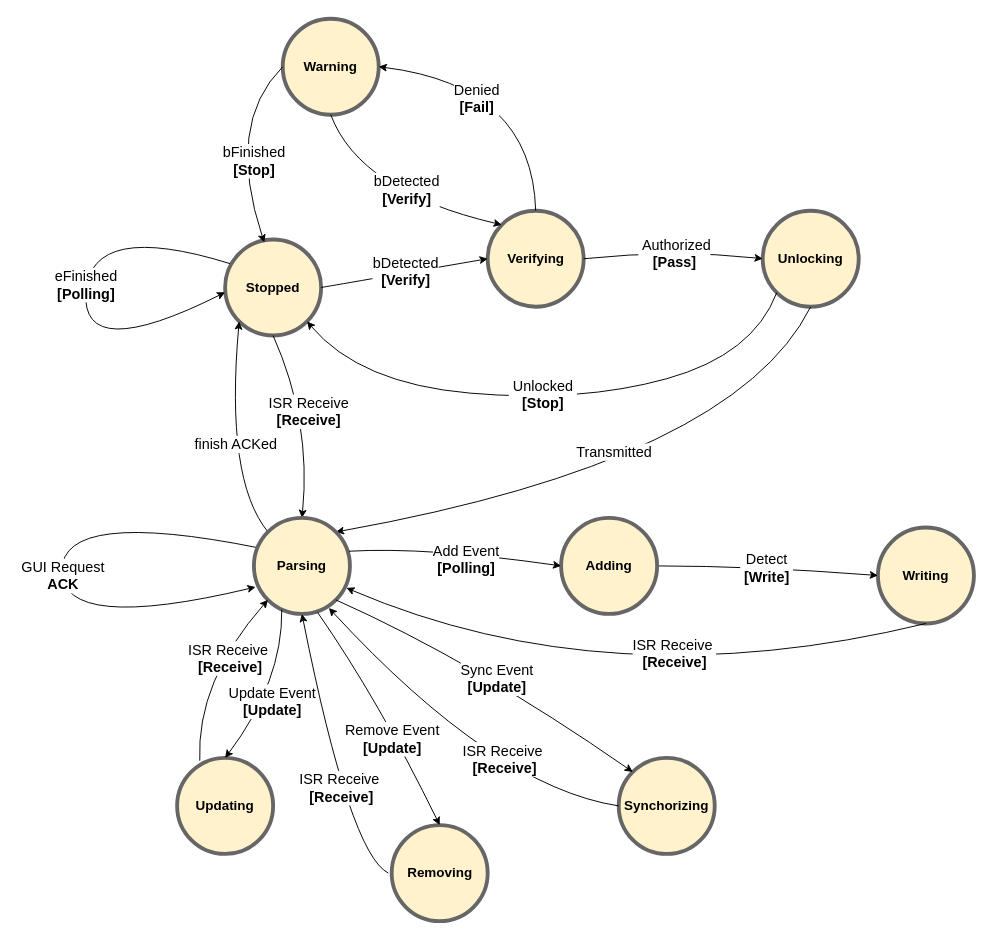
trieu1162000/AESD keeps this draw.io diagram as Docs/entire FSM.drawio. Above is the earlier version. Source tidied: cells renumbered, new cells numbered last; positions are measured from the earlier drawing's top-left corner, leaving out a move shared by most shapes. Both pictures are drawn from the tidied source at 96%, with x=0, y=0 at pixel (61, 18).
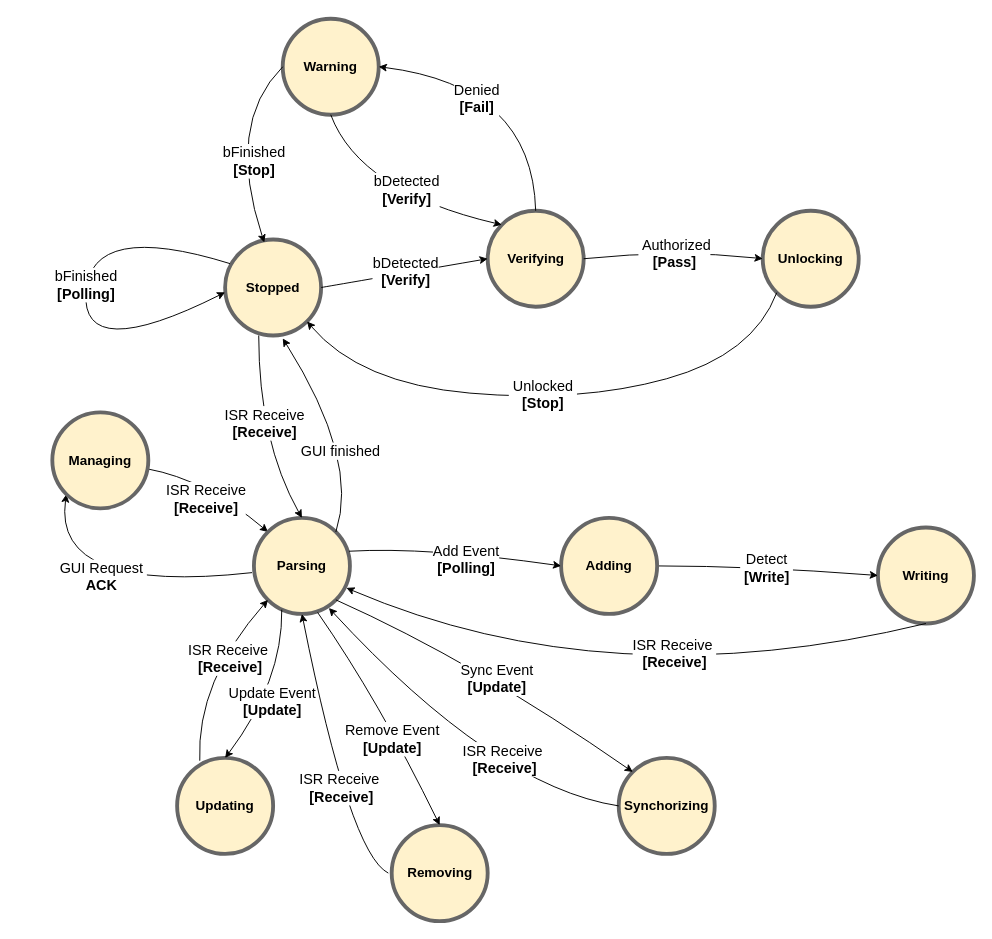
Above is the later version.

Unchanged cells that the change refers to:
```xml
<mxCell id="3" value="&lt;font style=&quot;font-size: 14px;&quot;&gt;&lt;b&gt;Unlocking&lt;/b&gt;&lt;/font&gt;" style="ellipse;whiteSpace=wrap;html=1;strokeWidth=4;fillColor=#fff2cc;strokeColor=#666666;" parent="1" vertex="1">
  <mxGeometry x="730" y="200" width="100" height="100" as="geometry" />
</mxCell>
<mxCell id="5" value="&lt;font style=&quot;font-size: 14px;&quot;&gt;&lt;b&gt;Stopped&lt;/b&gt;&lt;/font&gt;" style="ellipse;whiteSpace=wrap;html=1;strokeWidth=4;fillColor=#fff2cc;strokeColor=#666666;" parent="1" vertex="1">
  <mxGeometry x="170" y="230" width="100" height="100" as="geometry" />
</mxCell>
<mxCell id="29" style="curved=1;endArrow=classic;html=1;rounded=0;exitX=0.051;exitY=0.251;exitDx=0;exitDy=0;entryX=0;entryY=1;entryDx=0;entryDy=0;exitPerimeter=0;" parent="1" edge="1" source="5">
  <mxGeometry relative="1" as="geometry">
    <mxPoint x="170" y="285" as="targetPoint" />
    <Array as="points">
      <mxPoint x="30" y="210" />
      <mxPoint x="20" y="360" />
    </Array>
  </mxGeometry>
</mxCell>
<mxCell id="33" value="&lt;span style=&quot;font-size: 14px;&quot;&gt;&lt;b&gt;Parsing&lt;/b&gt;&lt;/span&gt;" style="ellipse;whiteSpace=wrap;html=1;strokeWidth=4;fillColor=#fff2cc;strokeColor=#666666;" parent="1" vertex="1">
  <mxGeometry x="200" y="520" width="100" height="100" as="geometry" />
</mxCell>
```

The edit, as a diff of the source:
```diff
@@
-    <mxCell id="16" style="curved=1;endArrow=classic;html=1;rounded=0;exitX=0.5;exitY=1;exitDx=0;exitDy=0;entryX=1;entryY=0;entryDx=0;entryDy=0;" parent="1" edge="1" source="3" target="33">
-      <mxGeometry relative="1" as="geometry">
-        <Array as="points">
-          <mxPoint x="700" y="460" />
-        </Array>
-      </mxGeometry>
-    </mxCell>
-    <mxCell id="17" value="&lt;font style=&quot;font-size: 15px;&quot;&gt;Transmitted&lt;br&gt;&lt;/font&gt;" style="edgeLabel;html=1;align=center;verticalAlign=middle;" parent="16" vertex="1">
-      <mxGeometry x="0.05" y="5" relative="1" as="geometry">
-        <mxPoint x="8" y="-39" as="offset" />
-      </mxGeometry>
-    </mxCell>
@@
-    <mxCell id="20" style="curved=1;endArrow=classic;html=1;rounded=0;entryX=0;entryY=1;entryDx=0;entryDy=0;exitX=0;exitY=0;exitDx=0;exitDy=0;" parent="1" edge="1" source="33" target="5">
-      <mxGeometry relative="1" as="geometry">
-        <Array as="points">
-          <mxPoint x="170" y="480" />
-        </Array>
-      </mxGeometry>
-    </mxCell>
-    <mxCell id="21" value="&lt;font style=&quot;font-size: 15px;&quot;&gt;finish ACKed&lt;br&gt;&lt;/font&gt;" style="edgeLabel;html=1;align=center;verticalAlign=middle;" parent="20" vertex="1">
-      <mxGeometry x="0.05" y="5" relative="1" as="geometry">
-        <mxPoint x="11" y="16" as="offset" />
-      </mxGeometry>
-    </mxCell>
@@
-    <mxCell id="27" style="curved=1;endArrow=classic;html=1;rounded=0;entryX=0.5;entryY=0;entryDx=0;entryDy=0;exitX=0.5;exitY=1;exitDx=0;exitDy=0;" parent="1" edge="1" source="5" target="33">
+    <mxCell id="27" style="curved=1;endArrow=classic;html=1;rounded=0;entryX=0;entryY=0;entryDx=0;entryDy=0;" parent="1" edge="1" source="52" target="33">
       <mxGeometry relative="1" as="geometry">
         <Array as="points">
-          <mxPoint x="260" y="420" />
+          <mxPoint x="150" y="480" />
         </Array>
       </mxGeometry>
     </mxCell>
     <mxCell id="28" value="&lt;font style=&quot;font-size: 15px;&quot;&gt;&lt;span style=&quot;border-color: var(--border-color);&quot;&gt;ISR Receive&lt;br&gt;&lt;/span&gt;&lt;b style=&quot;border-color: var(--border-color);&quot;&gt;[Receive]&lt;/b&gt;&lt;br&gt;&lt;/font&gt;" style="edgeLabel;html=1;align=center;verticalAlign=middle;" parent="27" vertex="1">
       <mxGeometry x="0.05" y="5" relative="1" as="geometry">
-        <mxPoint x="-8" y="-17" as="offset" />
+        <mxPoint x="-15" y="14" as="offset" />
       </mxGeometry>
     </mxCell>
@@
-    <mxCell id="30" value="&lt;font style=&quot;font-size: 15px;&quot;&gt;eFinished&lt;br&gt;&lt;b style=&quot;border-color: var(--border-color);&quot;&gt;[Polling]&lt;/b&gt;&lt;br&gt;&lt;/font&gt;" style="edgeLabel;html=1;align=center;verticalAlign=middle;" parent="29" vertex="1">
+    <mxCell id="30" value="&lt;font style=&quot;font-size: 15px;&quot;&gt;bFinished&lt;br&gt;&lt;b style=&quot;border-color: var(--border-color);&quot;&gt;[Polling]&lt;/b&gt;&lt;br&gt;&lt;/font&gt;" style="edgeLabel;html=1;align=center;verticalAlign=middle;" parent="29" vertex="1">
       <mxGeometry x="0.05" y="5" relative="1" as="geometry">
         <mxPoint x="-4" y="-29" as="offset" />
       </mxGeometry>
     </mxCell>
-    <mxCell id="31" style="curved=1;endArrow=classic;html=1;rounded=0;exitX=0.045;exitY=0.311;exitDx=0;exitDy=0;entryX=0.017;entryY=0.72;entryDx=0;entryDy=0;entryPerimeter=0;exitPerimeter=0;" parent="1" edge="1" source="33" target="33">
+    <mxCell id="31" style="curved=1;endArrow=classic;html=1;rounded=0;exitX=-0.02;exitY=0.57;exitDx=0;exitDy=0;entryX=0;entryY=1;entryDx=0;entryDy=0;exitPerimeter=0;" parent="1" edge="1" source="33" target="52">
       <mxGeometry relative="1" as="geometry">
         <Array as="points">
-          <mxPoint y="510" />
-          <mxPoint y="640" />
+          <mxPoint x="-10" y="600" />
         </Array>
       </mxGeometry>
     </mxCell>
     <mxCell id="32" value="&lt;font style=&quot;font-size: 15px;&quot;&gt;&amp;nbsp;GUI Request&amp;nbsp;&lt;br&gt;&lt;b&gt;&amp;nbsp;ACK&amp;nbsp;&lt;/b&gt;&lt;br&gt;&lt;/font&gt;" style="edgeLabel;html=1;align=center;verticalAlign=middle;" parent="31" vertex="1">
       <mxGeometry x="0.05" y="5" relative="1" as="geometry">
-        <mxPoint x="-5" y="-9" as="offset" />
+        <mxPoint x="6" y="-20" as="offset" />
       </mxGeometry>
     </mxCell>
@@
+    <mxCell id="52" value="&lt;span style=&quot;font-size: 14px;&quot;&gt;&lt;b&gt;Managing&lt;/b&gt;&lt;/span&gt;" style="ellipse;whiteSpace=wrap;html=1;strokeWidth=4;fillColor=#fff2cc;strokeColor=#666666;" parent="1" vertex="1">
+      <mxGeometry x="-10" y="410" width="100" height="100" as="geometry" />
+    </mxCell>
+    <mxCell id="20" style="curved=1;endArrow=classic;html=1;rounded=0;exitX=1;exitY=0;exitDx=0;exitDy=0;entryX=0.6;entryY=1.03;entryDx=0;entryDy=0;entryPerimeter=0;" parent="1" edge="1" source="33" target="5">
+      <mxGeometry relative="1" as="geometry">
+        <Array as="points">
+          <mxPoint x="310" y="460" />
+        </Array>
+      </mxGeometry>
+    </mxCell>
+    <mxCell id="53" value="&lt;font style=&quot;font-size: 15px;&quot;&gt;GUI finished&lt;br&gt;&lt;/font&gt;" style="edgeLabel;html=1;align=center;verticalAlign=middle;" parent="20" vertex="1">
+      <mxGeometry x="0.05" y="5" relative="1" as="geometry">
+        <mxPoint x="6" y="22" as="offset" />
+      </mxGeometry>
+    </mxCell>
+    <mxCell id="54" style="curved=1;endArrow=classic;html=1;rounded=0;entryX=0.5;entryY=0;entryDx=0;entryDy=0;exitX=0.35;exitY=1;exitDx=0;exitDy=0;exitPerimeter=0;" parent="1" edge="1" source="5" target="33">
+      <mxGeometry relative="1" as="geometry">
+        <Array as="points">
+          <mxPoint x="205" y="440" />
+        </Array>
+      </mxGeometry>
+    </mxCell>
+    <mxCell id="55" value="&lt;font style=&quot;font-size: 15px;&quot;&gt;&lt;span style=&quot;border-color: var(--border-color);&quot;&gt;ISR Receive&lt;br&gt;&lt;/span&gt;&lt;b style=&quot;border-color: var(--border-color);&quot;&gt;[Receive]&lt;/b&gt;&lt;br&gt;&lt;/font&gt;" style="edgeLabel;html=1;align=center;verticalAlign=middle;" parent="54" vertex="1">
+      <mxGeometry x="0.05" y="5" relative="1" as="geometry">
+        <mxPoint y="-16" as="offset" />
+      </mxGeometry>
+    </mxCell>
```
